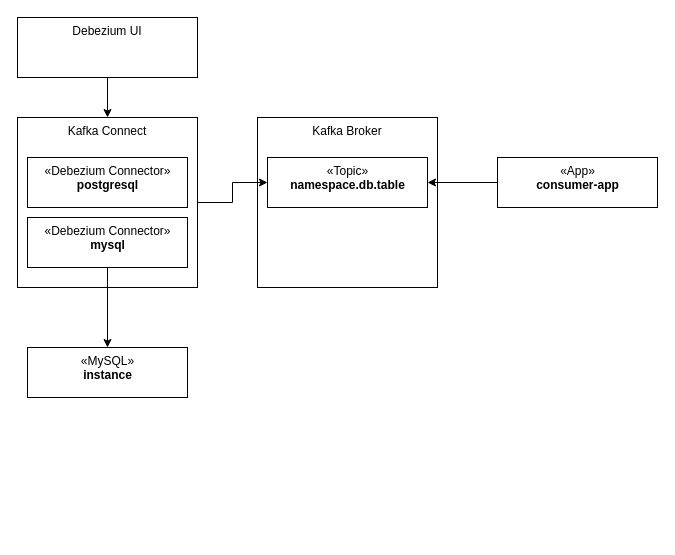
haf-tech/debezium-101 keeps this draw.io diagram as page "Debezium_Overview" (1 of 2) of static/debezium.drawio. Above is the earlier version. Source tidied: cells renumbered, new cells numbered last; positions are measured from the earlier drawing's top-left corner, leaving out a move shared by most shapes. Both pictures are drawn from the tidied source at 100%, with x=0, y=0 at pixel (17, 17).
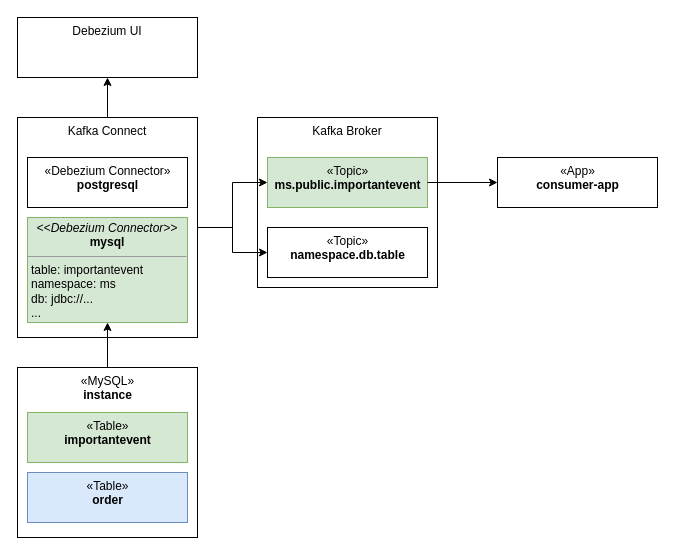
After the change.

What changed in the source:
```diff
@@
 <mxGraphModel background="#ffffff">
   <root>
     <mxCell id="0" />
     <mxCell id="1" parent="0" />
     <mxCell id="2" value="Kafka Connect" style="rounded=0;whiteSpace=wrap;html=1;verticalAlign=top;" parent="1" vertex="1">
-      <mxGeometry y="100" width="180" height="170" as="geometry" />
+      <mxGeometry y="100" width="180" height="220" as="geometry" />
     </mxCell>
-    <mxCell id="3" style="edgeStyle=orthogonalEdgeStyle;rounded=0;jettySize=auto;html=1;entryX=0.5;entryY=0;entryDx=0;entryDy=0;" parent="1" edge="1" source="4" target="7">
+    <mxCell id="3" style="edgeStyle=orthogonalEdgeStyle;rounded=0;jettySize=auto;html=1;entryX=0.5;entryY=0;entryDx=0;entryDy=0;startArrow=classic;startFill=1;endArrow=none;endFill=0;exitX=0.5;exitY=1;exitDx=0;exitDy=0;" parent="1" edge="1" source="18" target="7">
       <mxGeometry relative="1" as="geometry" />
     </mxCell>
-    <mxCell id="4" value="«Debezium Connector»&lt;br&gt;&lt;b&gt;mysql&lt;/b&gt;" style="html=1;verticalAlign=top;" parent="1" vertex="1">
-      <mxGeometry x="10" y="200" width="160" height="50" as="geometry" />
-    </mxCell>
     <mxCell id="5" value="«Debezium Connector»&lt;br&gt;&lt;b&gt;postgresql&lt;/b&gt;" style="html=1;verticalAlign=top;" parent="1" vertex="1">
       <mxGeometry x="10" y="140" width="160" height="50" as="geometry" />
     </mxCell>
     <mxCell id="6" value="Kafka Broker" style="rounded=0;whiteSpace=wrap;html=1;verticalAlign=top;" parent="1" vertex="1">
       <mxGeometry x="240" y="100" width="180" height="170" as="geometry" />
     </mxCell>
     <mxCell id="7" value="«MySQL»&lt;br&gt;&lt;b&gt;instance&lt;/b&gt;" style="html=1;verticalAlign=top;" parent="1" vertex="1">
-      <mxGeometry x="10" y="330" width="160" height="50" as="geometry" />
+      <mxGeometry y="350" width="180" height="170" as="geometry" />
     </mxCell>
-    <mxCell id="8" style="edgeStyle=orthogonalEdgeStyle;rounded=0;jettySize=auto;html=1;entryX=0.5;entryY=0;entryDx=0;entryDy=0;" parent="1" edge="1" source="9" target="2">
+    <mxCell id="8" style="edgeStyle=orthogonalEdgeStyle;rounded=0;jettySize=auto;html=1;entryX=0.5;entryY=0;entryDx=0;entryDy=0;startArrow=classic;startFill=1;endArrow=none;endFill=0;" parent="1" edge="1" source="9" target="2">
       <mxGeometry relative="1" as="geometry" />
     </mxCell>
     <mxCell id="9" value="Debezium UI" style="rounded=0;whiteSpace=wrap;html=1;verticalAlign=top;" parent="1" vertex="1">
       <mxGeometry width="180" height="60" as="geometry" />
     </mxCell>
-    <mxCell id="10" value="«Topic»&lt;br&gt;&lt;b&gt;namespace.db.table&lt;/b&gt;" style="html=1;verticalAlign=top;" parent="1" vertex="1">
+    <mxCell id="10" value="«Topic»&lt;br&gt;&lt;b&gt;ms.public.importantevent&lt;/b&gt;" style="html=1;verticalAlign=top;fillColor=#d5e8d4;strokeColor=#82b366;" parent="1" vertex="1">
       <mxGeometry x="250" y="140" width="160" height="50" as="geometry" />
     </mxCell>
-    <mxCell id="11" style="edgeStyle=orthogonalEdgeStyle;rounded=0;jettySize=auto;html=1;entryX=1;entryY=0.5;entryDx=0;entryDy=0;" parent="1" edge="1" source="12" target="10">
+    <mxCell id="11" style="edgeStyle=orthogonalEdgeStyle;rounded=0;jettySize=auto;html=1;entryX=1;entryY=0.5;entryDx=0;entryDy=0;startArrow=classic;startFill=1;endArrow=none;endFill=0;" parent="1" edge="1" source="12" target="10">
       <mxGeometry relative="1" as="geometry" />
     </mxCell>
     <mxCell id="12" value="«App»&lt;br&gt;&lt;b&gt;consumer-app&lt;/b&gt;" style="html=1;verticalAlign=top;" parent="1" vertex="1">
       <mxGeometry x="480" y="140" width="160" height="50" as="geometry" />
     </mxCell>
     <mxCell id="13" style="edgeStyle=orthogonalEdgeStyle;rounded=0;jettySize=auto;html=1;entryX=0;entryY=0.5;entryDx=0;entryDy=0;" parent="1" edge="1" source="2" target="10">
       <mxGeometry relative="1" as="geometry" />
     </mxCell>
+    <mxCell id="14" value="«Table»&lt;br&gt;&lt;b&gt;importantevent&lt;/b&gt;" style="html=1;verticalAlign=top;fillColor=#d5e8d4;strokeColor=#82b366;" parent="1" vertex="1">
+      <mxGeometry x="10" y="395" width="160" height="50" as="geometry" />
+    </mxCell>
+    <mxCell id="15" value="«Table»&lt;br&gt;&lt;b&gt;order&lt;/b&gt;" style="html=1;verticalAlign=top;fillColor=#dae8fc;strokeColor=#6c8ebf;" parent="1" vertex="1">
+      <mxGeometry x="10" y="455" width="160" height="50" as="geometry" />
+    </mxCell>
+    <mxCell id="16" value="«Topic»&lt;br&gt;&lt;b&gt;namespace.db.table&lt;/b&gt;" style="html=1;verticalAlign=top;" parent="1" vertex="1">
+      <mxGeometry x="250" y="210" width="160" height="50" as="geometry" />
+    </mxCell>
+    <mxCell id="17" style="edgeStyle=orthogonalEdgeStyle;rounded=0;jettySize=auto;html=1;entryX=0;entryY=0.5;entryDx=0;entryDy=0;startArrow=none;startFill=0;endArrow=classic;endFill=1;" parent="1" edge="1" source="2" target="16">
+      <mxGeometry relative="1" as="geometry" />
+    </mxCell>
+    <mxCell id="18" value="&lt;p style=&quot;margin: 0px ; margin-top: 4px ; text-align: center&quot;&gt;&lt;i&gt;&amp;lt;&amp;lt;Debezium Connector&amp;gt;&amp;gt;&lt;/i&gt;&lt;br&gt;&lt;b&gt;mysql&lt;/b&gt;&lt;/p&gt;&lt;hr size=&quot;1&quot;&gt;&lt;p style=&quot;margin: 0px ; margin-left: 4px&quot;&gt;table: importantevent&lt;/p&gt;&lt;p style=&quot;margin: 0px ; margin-left: 4px&quot;&gt;namespace: ms&lt;/p&gt;&lt;p style=&quot;margin: 0px ; margin-left: 4px&quot;&gt;db: jdbc://...&lt;/p&gt;&lt;p style=&quot;margin: 0px ; margin-left: 4px&quot;&gt;...&lt;/p&gt;" style="verticalAlign=top;align=left;overflow=fill;fontSize=12;fontFamily=Helvetica;html=1;fillColor=#d5e8d4;strokeColor=#82b366;" parent="1" vertex="1">
+      <mxGeometry x="10" y="200" width="160" height="105" as="geometry" />
+    </mxCell>
   </root>
 </mxGraphModel>
```
